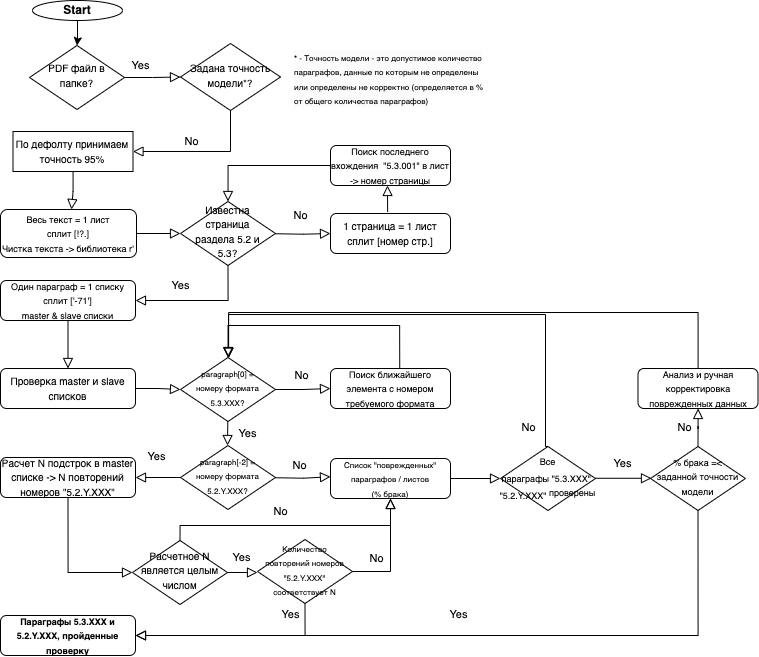
Nikolay08041979/PDFparcing2SQL keeps this draw.io diagram as project_description/step#1_logic_sheme.png. Above is the earlier version. Source tidied: cells renumbered, new cells last; positions are measured from the earlier drawing's top-left corner, leaving out a move shared by most shapes.
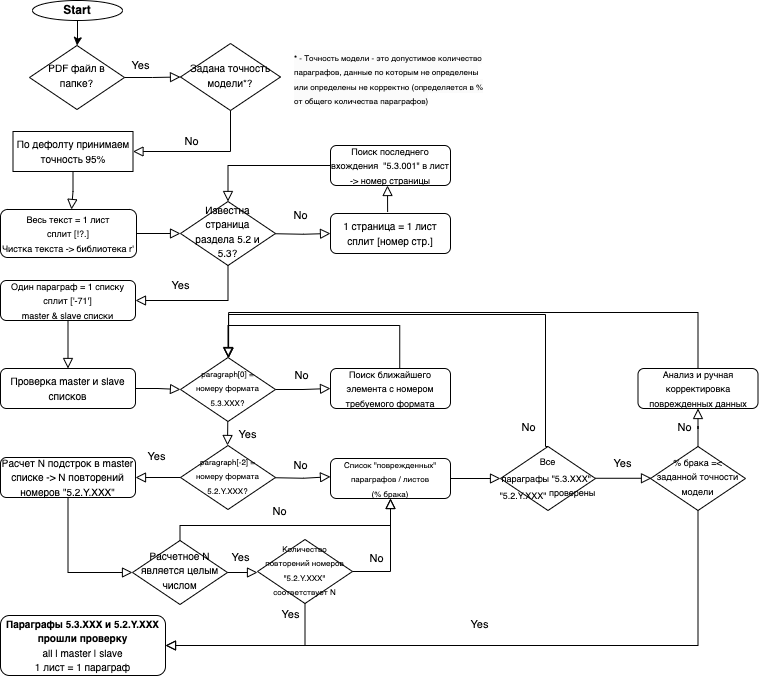
Later version of the same file.

The edit, as a diff of the source:
```diff
@@ -131,13 +131,13 @@
     <mxCell id="36" value="&lt;p style=&quot;&quot;&gt;&lt;font style=&quot;&quot;&gt;&lt;font style=&quot;font-size: 9px; border-color: var(--border-color);&quot;&gt;&lt;sub style=&quot;border-color: var(--border-color);&quot;&gt;&lt;font style=&quot;border-color: var(--border-color); font-size: 9px;&quot;&gt;Все параграфы&amp;nbsp;&lt;/font&gt;&lt;font style=&quot;border-color: var(--border-color); font-size: 9px;&quot;&gt;&quot;5.3.XXX&quot;&amp;nbsp; &quot;5.2.Y.XXX&quot;&amp;nbsp;&lt;/font&gt;&lt;/sub&gt;&lt;/font&gt;&lt;/font&gt;&lt;span style=&quot;background-color: initial; font-size: 9px;&quot;&gt;проверены&lt;/span&gt;&lt;/p&gt;" style="rhombus;whiteSpace=wrap;html=1;shadow=0;fontFamily=Helvetica;fontSize=12;align=center;strokeWidth=1;spacing=6;spacingTop=-4;" parent="1" vertex="1">
       <mxGeometry x="500" y="446" width="95" height="64" as="geometry" />
     </mxCell>
-    <mxCell id="37" value="&lt;font style=&quot;&quot;&gt;&lt;b style=&quot;&quot;&gt;&lt;font style=&quot;font-size: 9px;&quot;&gt;Параграфы 5.3.XXX и 5.2.Y.XXX, пройденные проверку&lt;/font&gt;&lt;/b&gt;&lt;br&gt;&lt;/font&gt;" style="rounded=1;whiteSpace=wrap;html=1;fontSize=12;glass=0;strokeWidth=1;shadow=0;" parent="1" vertex="1">
-      <mxGeometry y="615" width="135" height="40" as="geometry" />
+    <mxCell id="37" value="&lt;font style=&quot;font-size: 10px;&quot;&gt;&lt;b style=&quot;&quot;&gt;&lt;font style=&quot;&quot;&gt;&lt;font style=&quot;font-size: 10px;&quot;&gt;Параграфы 5.3.XXX и 5.2.Y.XXX прошли проверку&lt;/font&gt;&lt;br&gt;&lt;/font&gt;&lt;/b&gt;all | master | slave&lt;br&gt;1 лист = 1 параграф&lt;br&gt;&lt;/font&gt;" style="rounded=1;whiteSpace=wrap;html=1;fontSize=12;glass=0;strokeWidth=1;shadow=0;" parent="1" vertex="1">
+      <mxGeometry y="615" width="165" height="60" as="geometry" />
     </mxCell>
     <mxCell id="38" value="Yes" style="rounded=0;html=1;jettySize=auto;fontSize=11;endArrow=block;endFill=0;endSize=8;strokeWidth=1;shadow=0;labelBackgroundColor=none;edgeStyle=orthogonalEdgeStyle;exitX=0.5;exitY=1;exitDx=0;exitDy=0;entryX=1;entryY=0.5;entryDx=0;entryDy=0;" parent="1" edge="1" source="40" target="37">
       <mxGeometry x="0.06" y="-21" relative="1" as="geometry">
         <Array as="points">
-          <mxPoint x="697" y="635" />
+          <mxPoint x="698" y="645" />
         </Array>
       </mxGeometry>
     </mxCell>
```
